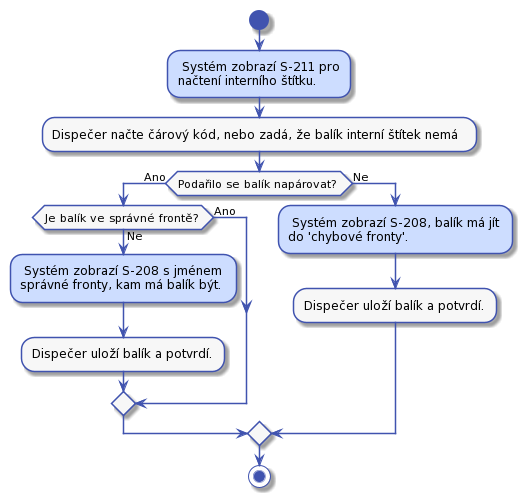
Internet-Handel/postman keeps this PlantUML diagram as docs/diagrams/out/uc-28-activity.png. Above is the earlier version.
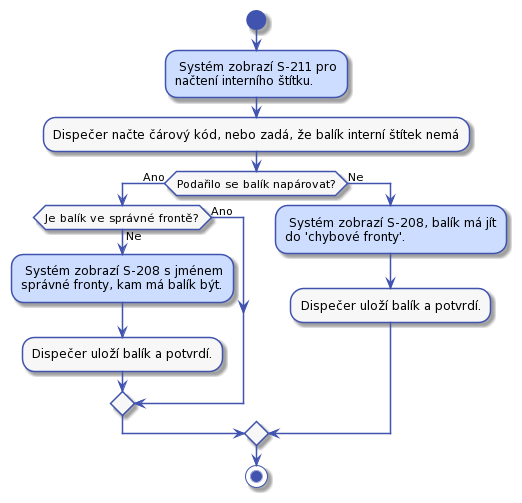
Above is the later version.

Diff of the diagram source:
```diff
@@ -1,80 +1,83 @@
 @startuml
+!$col1 = "#F7F7F7"
 
+!$col2 = "#CDDDFF"
 
+!$col4 = "#4053AF"
 
 skinparam activity {
-    BorderColor #4053AF
-    ArrowColor #4053AF
+    BorderColor $col4
+    ArrowColor $col4
     FontName Roboto
-    BackgroundColor #F7F7F7
-    StartColor #4053AF
-    EndColor #4053AF
+    BackgroundColor $col1
+    StartColor $col4
+    EndColor $col4
 }
 
 skinparam activityDiamond {
-    BorderColor #4053AF
-    ArrowColor #4053AF
+    BorderColor $col4
+    ArrowColor $col4
     FontName Roboto
-    BackgroundColor #F7F7F7
+    BackgroundColor $col1
 }
 
 skinparam actor {
-    BorderColor #4053AF
-    ArrowColor #4053AF
+    BorderColor $col4
+    ArrowColor $col4
     FontName Roboto
-    BackgroundColor #F7F7F7
+    BackgroundColor $col1
 }
 
 skinparam useCase {
-    BorderColor #4053AF
-    ArrowColor #4053AF
+    BorderColor $col4
+    ArrowColor $col4
     FontName Roboto
-    BackgroundColor #F7F7F7
+    BackgroundColor $col1
 }
 
 skinparam state {
-    BorderColor #4053AF
-    ArrowColor #4053AF
+    BorderColor $col4
+    ArrowColor $col4
     FontName Roboto
-    BackgroundColor #F7F7F7
+    BackgroundColor $col1
 }
 
 skinparam sequence {
-    ParticipantBorderColor #4053AF
-    ParticipantBackgroundColor #F7F7F7
+    ParticipantBorderColor $col4
+    ParticipantBackgroundColor $col1
 }
 
 skinparam note {
-    BorderColor #4053AF
-    BackgroundColor #F7F7F7
+    BorderColor $col4
+    BackgroundColor $col1
 }
 
 skinparam object {
-    BorderColor #4053AF
-    BackgroundColor #F7F7F7
+    BorderColor $col4
+    BackgroundColor $col1
 }
 
 skinparam class {
-    BorderColor #4053AF
-    BackgroundColor #F7F7F7
+    BorderColor $col4
+    BackgroundColor $col1
 }
 
 
 start
 
-#CDDDFF: Systém zobrazí S-211 pro
+$col2: Systém zobrazí S-211 pro
 načtení interního štítku.;
 :Dispečer načte čárový kód, nebo zadá, že balík interní štítek nemá;
 
 if (Podařilo se balík napárovat?) then (Ano)
     if (Je balík ve správné frontě?) then (Ano)
     else (Ne)
-        #CDDDFF: Systém zobrazí S-208 s jménem
+        $col2: Systém zobrazí S-208 s jménem
         správné fronty, kam má balík být.;
         :Dispečer uloží balík a potvrdí.;
     endif
 else (Ne)
-    #CDDDFF: Systém zobrazí S-208, balík má jít
+    $col2: Systém zobrazí S-208, balík má jít
     do 'chybové fronty'.;
     :Dispečer uloží balík a potvrdí.;
 endif
```
